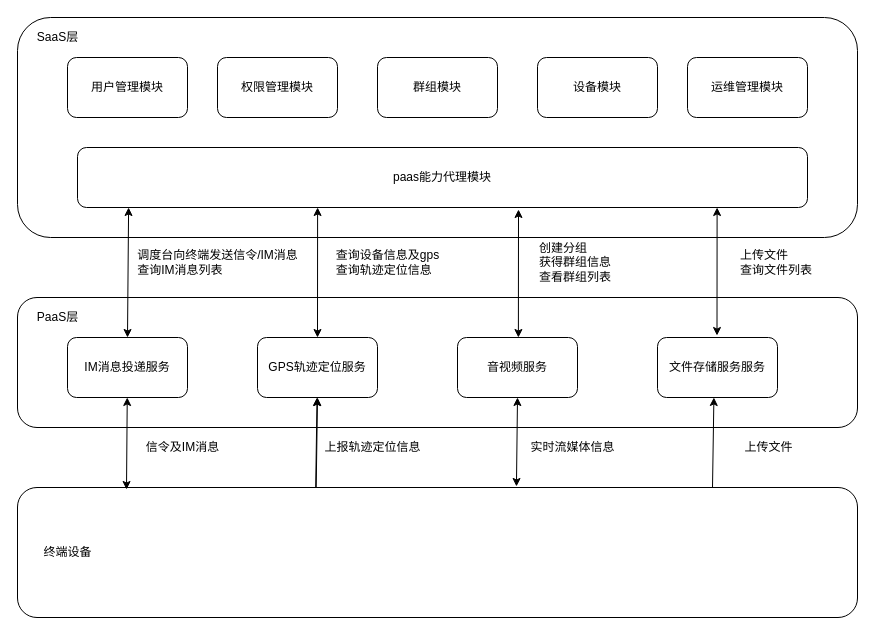
Earlier version of the draw.io diagram Untitled Diagram.drawio (wjwzero/DesignDrawing-). Source tidied: cells renumbered, new cells numbered last; positions are measured from the earlier drawing's top-left corner, leaving out a move shared by most shapes. Both pictures are drawn from the tidied source at 100%, with x=0, y=0 at pixel (17, 17).
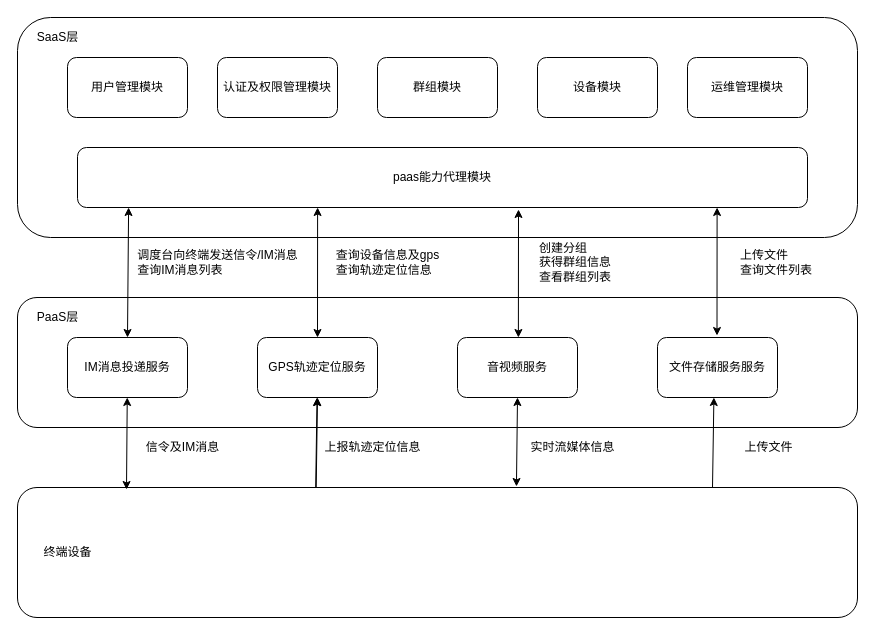
After the change.

The edit, as a diff of the source:
```diff
@@
-    <mxCell id="10" value="权限管理模块" style="rounded=1;whiteSpace=wrap;html=1;" parent="1" vertex="1">
+    <mxCell id="10" value="认证及权限管理模块" style="rounded=1;whiteSpace=wrap;html=1;" parent="1" vertex="1">
       <mxGeometry x="200" y="40" width="120" height="60" as="geometry" />
     </mxCell>
```
